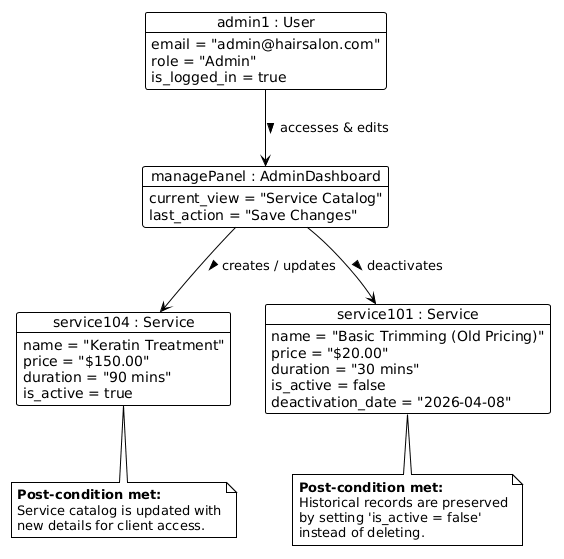
Earlier version of the PlantUML export Manage_Service_Catalog_Object_Diagram.png (mahxri/COMP2171-Hair-Booking). Source of this version:
```plantuml
@startuml
!theme plain

object "admin1 : User" as admin {
  email = "admin@hairsalon.com"
  role = "Admin"
  is_logged_in = true
}

object "managePanel : AdminDashboard" as panel {
  current_view = "Service Catalog"
  last_action = "Save Changes"
}

object "service104 : Service" as active_service {
  name = "Keratin Treatment"
  price = "$150.00"
  duration = "90 mins"
  is_active = true
}

object "service101 : Service" as old_service {
  name = "Basic Trimming (Old Pricing)"
  price = "$20.00"
  duration = "30 mins"
  is_active = false
  deactivation_date = "2026-04-08"
}

admin --> panel : " accesses & edits >"
panel --> active_service : " creates / updates >"
panel --> old_service : " deactivates >"

note bottom of active_service
  **Post-condition met:**
  Service catalog is updated with
  new details for client access.
end note

note bottom of old_service
  **Post-condition met:**
  Historical records are preserved
  by setting 'is_active = false'
  instead of deleting.
end note
@enduml
```
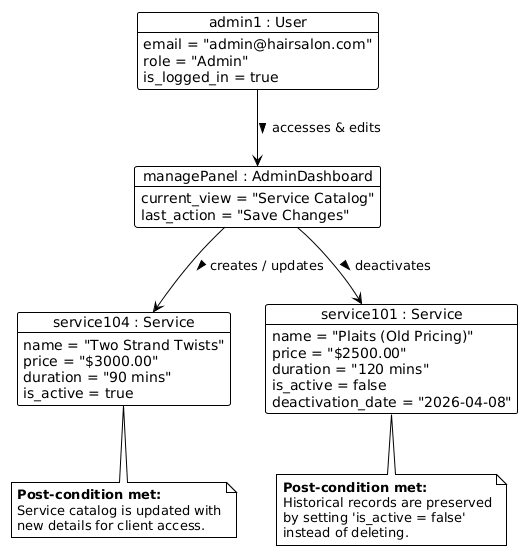
After the change.

Change to the diagram source:
```diff
@@ -13,16 +13,16 @@
 }
 
 object "service104 : Service" as active_service {
-  name = "Keratin Treatment"
-  price = "$150.00"
+  name = "Two Strand Twists"
+  price = "$3000.00"
   duration = "90 mins"
   is_active = true
 }
 
 object "service101 : Service" as old_service {
-  name = "Basic Trimming (Old Pricing)"
-  price = "$20.00"
-  duration = "30 mins"
+  name = "Plaits (Old Pricing)"
+  price = "$2500.00"
+  duration = "120 mins"
   is_active = false
   deactivation_date = "2026-04-08"
 }
```
